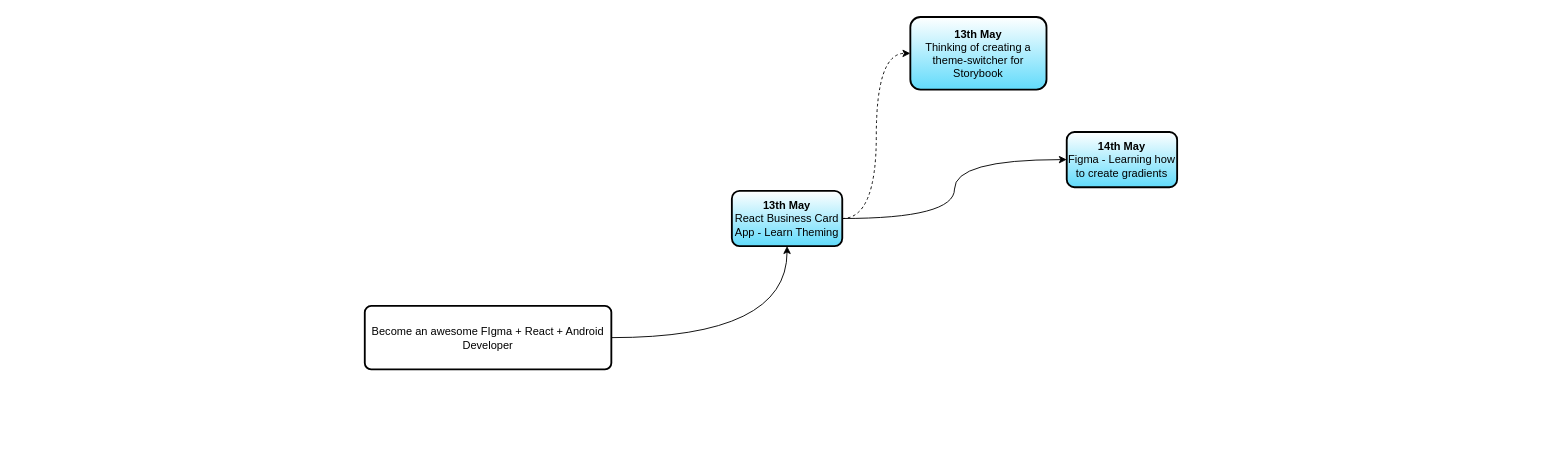
This is my_path.drawio from appsparkler/draw.io, a draw.io file, before an edit. Source tidied: cells renumbered, new cells numbered last; positions are measured from the earlier drawing's top-left corner, leaving out a move shared by most shapes. Both pictures are drawn from the tidied source at 92%, with x=0, y=0 at pixel (364, 17).
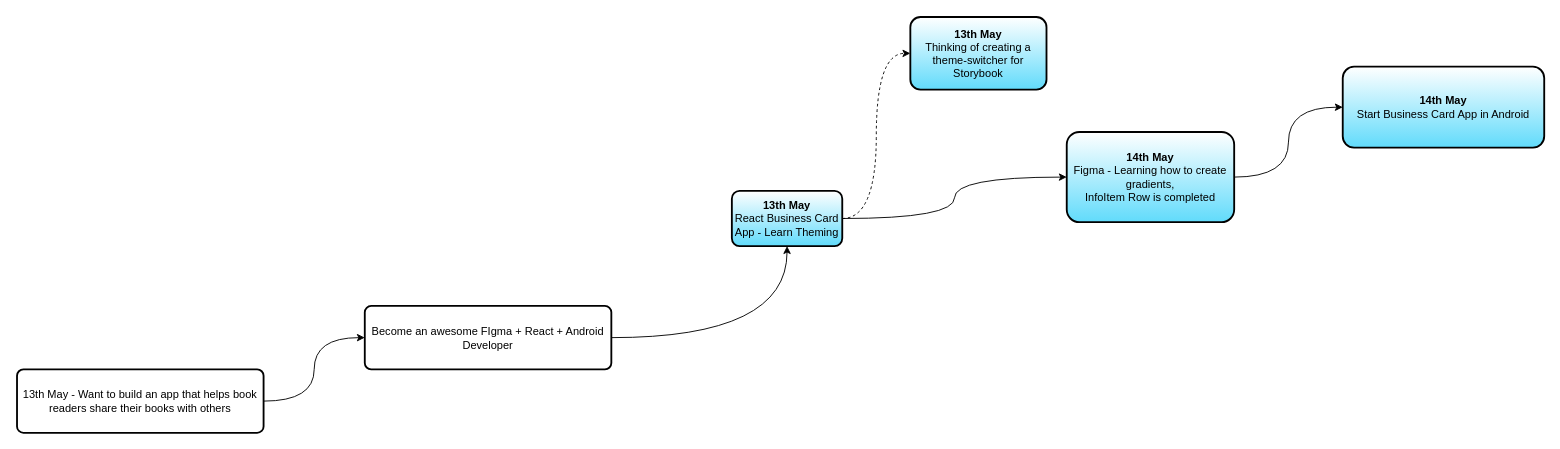
The same page after the edit.

Change to the diagram source:
```diff
@@
 <mxGraphModel>
   <root>
     <mxCell id="0" />
     <mxCell id="1" parent="0" />
     <mxCell id="2" style="edgeStyle=orthogonalEdgeStyle;rounded=0;jettySize=auto;html=1;elbow=vertical;curved=1;" parent="1" edge="1" source="3" target="6">
       <mxGeometry relative="1" as="geometry" />
     </mxCell>
     <mxCell id="3" value="Become an awesome FIgma + React + Android Developer" style="rounded=1;whiteSpace=wrap;html=1;absoluteArcSize=1;arcSize=14;strokeWidth=2;" parent="1" vertex="1">
       <mxGeometry y="314" width="268" height="69" as="geometry" />
     </mxCell>
     <mxCell id="4" style="edgeStyle=orthogonalEdgeStyle;rounded=0;jettySize=auto;html=1;entryX=0;entryY=0.5;entryDx=0;entryDy=0;curved=1;dashed=1;" parent="1" edge="1" source="6" target="7">
       <mxGeometry relative="1" as="geometry" />
     </mxCell>
     <mxCell id="5" style="edgeStyle=orthogonalEdgeStyle;rounded=0;jettySize=auto;html=1;entryX=0;entryY=0.5;entryDx=0;entryDy=0;curved=1;" parent="1" edge="1" source="6" target="8">
       <mxGeometry relative="1" as="geometry" />
     </mxCell>
     <mxCell id="6" value="&lt;b&gt;13th May&lt;/b&gt;&lt;br&gt;React Business Card App - Learn Theming" style="whiteSpace=wrap;html=1;rounded=1;arcSize=14;strokeWidth=2;gradientColor=#61dbfb;" parent="1" vertex="1">
       <mxGeometry x="399" y="189" width="120" height="60" as="geometry" />
     </mxCell>
     <mxCell id="7" value="&lt;div&gt;&lt;b&gt;13th May&lt;/b&gt;&lt;br&gt;Thinking of creating a theme-switcher for Storybook&lt;/div&gt;" style="whiteSpace=wrap;html=1;rounded=1;arcSize=14;strokeWidth=2;gradientColor=#61dbfb;" parent="1" vertex="1">
       <mxGeometry x="593" width="148" height="79" as="geometry" />
     </mxCell>
+    <mxCell id="9" style="edgeStyle=orthogonalEdgeStyle;rounded=0;jettySize=auto;html=1;elbow=vertical;curved=1;" parent="1" edge="1" source="8" target="12">
+      <mxGeometry relative="1" as="geometry" />
+    </mxCell>
-    <mxCell id="8" value="&lt;b&gt;14th May&lt;/b&gt;&lt;br&gt;Figma - Learning how to create gradients" style="whiteSpace=wrap;html=1;rounded=1;arcSize=14;strokeWidth=2;gradientColor=#61dbfb;" parent="1" vertex="1">
-      <mxGeometry x="763" y="125" width="120" height="60" as="geometry" />
+    <mxCell id="8" value="&lt;b&gt;14th May&lt;/b&gt;&lt;br&gt;Figma - Learning how to create gradients,&lt;br&gt;&lt;div&gt;InfoItem Row is completed&lt;/div&gt;" style="whiteSpace=wrap;html=1;rounded=1;arcSize=14;strokeWidth=2;gradientColor=#61dbfb;" parent="1" vertex="1">
+      <mxGeometry x="763" y="125" width="182" height="98" as="geometry" />
     </mxCell>
+    <mxCell id="10" style="edgeStyle=orthogonalEdgeStyle;rounded=0;jettySize=auto;html=1;entryX=0;entryY=0.5;entryDx=0;entryDy=0;curved=1;" parent="1" edge="1" source="11" target="3">
+      <mxGeometry relative="1" as="geometry" />
+    </mxCell>
+    <mxCell id="11" value="13th May - Want to build an app that helps book readers share their books with others" style="rounded=1;whiteSpace=wrap;html=1;absoluteArcSize=1;arcSize=14;strokeWidth=2;" parent="1" vertex="1">
+      <mxGeometry x="-378" y="383" width="268" height="69" as="geometry" />
+    </mxCell>
+    <mxCell id="12" value="&lt;b&gt;14th May&lt;/b&gt;&lt;br&gt;Start Business Card App in Android" style="whiteSpace=wrap;html=1;rounded=1;arcSize=14;strokeWidth=2;gradientColor=#61dbfb;" parent="1" vertex="1">
+      <mxGeometry x="1063" y="54" width="219" height="88" as="geometry" />
+    </mxCell>
   </root>
 </mxGraphModel>
```
